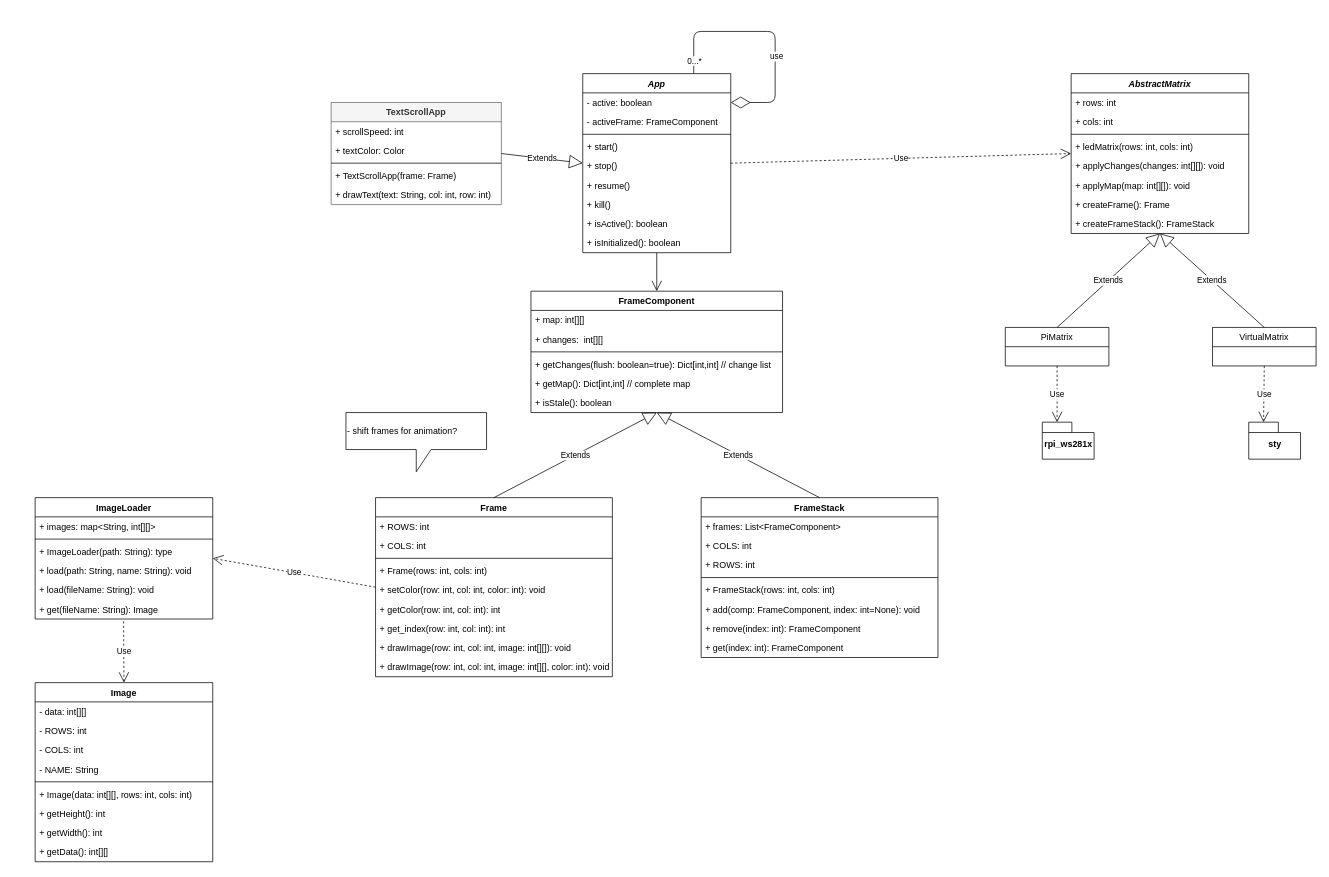
Above: sketches/class_diagram.drawio in Noperabovi/python_ledbox (draw.io), before the change. Source tidied: cells renumbered, new cells numbered last; positions are measured from the earlier drawing's top-left corner, leaving out a move shared by most shapes. Both pictures are drawn from the tidied source at 74%, with x=0, y=0 at pixel (35, 31).
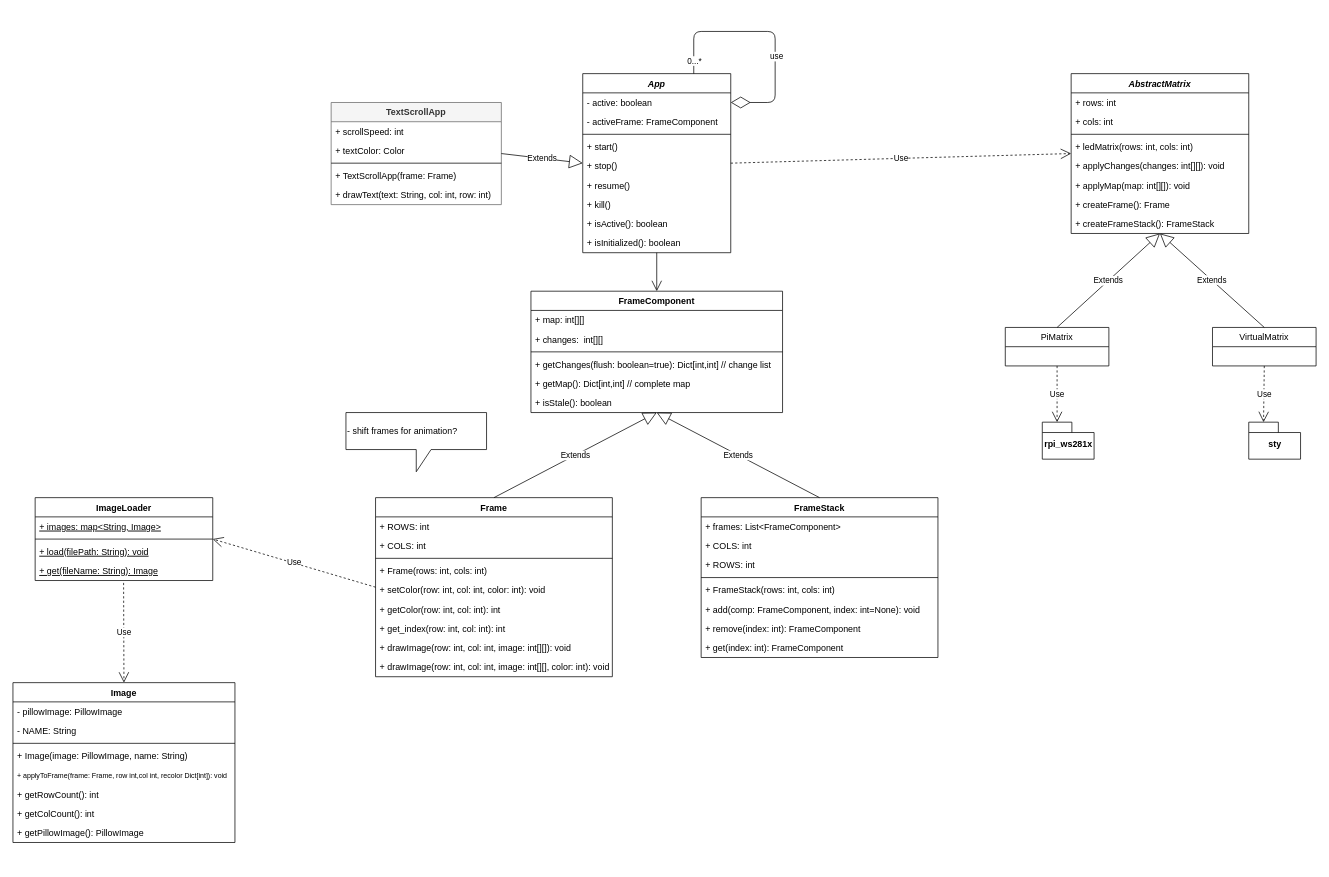
The same diagram, later.

The edit, as a diff of the source:
```diff
@@
     <mxCell id="61" value="ImageLoader" style="swimlane;fontStyle=1;align=center;verticalAlign=top;horizontal=1;startSize=26;" parent="1" vertex="1">
-      <mxGeometry y="630" width="240" height="164" as="geometry" />
+      <mxGeometry y="630" width="240" height="112" as="geometry" />
     </mxCell>
-    <mxCell id="62" value="+ images: map&lt;String, int[][]&gt;" style="text;strokeColor=none;fillColor=none;align=left;verticalAlign=top;spacingLeft=4;spacingRight=4;overflow=hidden;" parent="61" vertex="1">
+    <mxCell id="62" value="+ images: map&lt;String, Image&gt;" style="text;strokeColor=none;fillColor=none;align=left;verticalAlign=top;spacingLeft=4;spacingRight=4;overflow=hidden;fontStyle=4;" parent="61" vertex="1">
       <mxGeometry y="26" width="240" height="26" as="geometry" />
     </mxCell>
@@
-    <mxCell id="64" value="+ ImageLoader(path: String): type" style="text;strokeColor=none;fillColor=none;align=left;verticalAlign=top;spacingLeft=4;spacingRight=4;overflow=hidden;" parent="61" vertex="1">
-      <mxGeometry y="60" width="240" height="26" as="geometry" />
-    </mxCell>
-    <mxCell id="65" value="+ load(path: String, name: String): void" style="text;strokeColor=none;fillColor=none;align=left;verticalAlign=top;spacingLeft=4;spacingRight=4;overflow=hidden;fontStyle=0;" parent="61" vertex="1">
-      <mxGeometry y="86" width="240" height="26" as="geometry" />
+    <mxCell id="65" value="+ load(filePath: String): void" style="text;strokeColor=none;fillColor=none;align=left;verticalAlign=top;spacingLeft=4;spacingRight=4;overflow=hidden;fontStyle=4;" parent="61" vertex="1">
+      <mxGeometry y="60" width="240" height="26" as="geometry" />
     </mxCell>
-    <mxCell id="66" value="+ load(fileName: String): void" style="text;strokeColor=none;fillColor=none;align=left;verticalAlign=top;spacingLeft=4;spacingRight=4;overflow=hidden;fontStyle=0;" parent="61" vertex="1">
-      <mxGeometry y="112" width="240" height="26" as="geometry" />
-    </mxCell>
-    <mxCell id="67" value="+ get(fileName: String): Image" style="text;strokeColor=none;fillColor=none;align=left;verticalAlign=top;spacingLeft=4;spacingRight=4;overflow=hidden;points=[[0,0.5],[1,0.5]];portConstraint=eastwest;fontStyle=0;" parent="61" vertex="1">
-      <mxGeometry y="138" width="240" height="26" as="geometry" />
+    <mxCell id="67" value="+ get(fileName: String): Image" style="text;strokeColor=none;fillColor=none;align=left;verticalAlign=top;spacingLeft=4;spacingRight=4;overflow=hidden;points=[[0,0.5],[1,0.5]];portConstraint=eastwest;fontStyle=4;" parent="61" vertex="1">
+      <mxGeometry y="86" width="240" height="26" as="geometry" />
     </mxCell>
     <mxCell id="68" value="Image" style="swimlane;fontStyle=1;align=center;verticalAlign=top;horizontal=1;startSize=26;" parent="1" vertex="1">
-      <mxGeometry y="880" width="240" height="242" as="geometry" />
+      <mxGeometry x="-30" y="880" width="300" height="216" as="geometry" />
     </mxCell>
-    <mxCell id="69" value="- data: int[][]" style="text;strokeColor=none;fillColor=none;align=left;verticalAlign=top;spacingLeft=4;spacingRight=4;overflow=hidden;" parent="68" vertex="1">
-      <mxGeometry y="26" width="240" height="26" as="geometry" />
+    <mxCell id="69" value="- pillowImage: PillowImage" style="text;strokeColor=none;fillColor=none;align=left;verticalAlign=top;spacingLeft=4;spacingRight=4;overflow=hidden;" parent="68" vertex="1">
+      <mxGeometry y="26" width="300" height="26" as="geometry" />
     </mxCell>
-    <mxCell id="70" value="- ROWS: int&#10;" style="text;strokeColor=none;fillColor=none;align=left;verticalAlign=top;spacingLeft=4;spacingRight=4;overflow=hidden;" parent="68" vertex="1">
-      <mxGeometry y="52" width="240" height="26" as="geometry" />
-    </mxCell>
-    <mxCell id="71" value="- COLS: int&#10;" style="text;strokeColor=none;fillColor=none;align=left;verticalAlign=top;spacingLeft=4;spacingRight=4;overflow=hidden;" parent="68" vertex="1">
-      <mxGeometry y="78" width="240" height="26" as="geometry" />
-    </mxCell>
     <mxCell id="72" value="- NAME: String&#10;" style="text;strokeColor=none;fillColor=none;align=left;verticalAlign=top;spacingLeft=4;spacingRight=4;overflow=hidden;" parent="68" vertex="1">
-      <mxGeometry y="104" width="240" height="26" as="geometry" />
+      <mxGeometry y="52" width="300" height="26" as="geometry" />
     </mxCell>
     <mxCell id="73" style="line;strokeWidth=1;fillColor=none;align=left;verticalAlign=middle;spacingTop=-1;spacingLeft=3;spacingRight=3;labelPosition=right;" parent="68" vertex="1">
-      <mxGeometry y="130" width="240" height="8" as="geometry" />
+      <mxGeometry y="78" width="300" height="8" as="geometry" />
     </mxCell>
-    <mxCell id="74" value="+ Image(data: int[][], rows: int, cols: int)" style="text;strokeColor=none;fillColor=none;align=left;verticalAlign=top;spacingLeft=4;spacingRight=4;overflow=hidden;" parent="68" vertex="1">
-      <mxGeometry y="138" width="240" height="26" as="geometry" />
+    <mxCell id="74" value="+ Image(image: PillowImage, name: String)" style="text;strokeColor=none;fillColor=none;align=left;verticalAlign=top;spacingLeft=4;spacingRight=4;overflow=hidden;" parent="68" vertex="1">
+      <mxGeometry y="86" width="300" height="26" as="geometry" />
     </mxCell>
+    <mxCell id="89" value="+ applyToFrame(frame: Frame, row int,col int, recolor Dict[int]): void" style="text;strokeColor=none;fillColor=none;align=left;verticalAlign=middle;spacingLeft=4;spacingRight=4;overflow=hidden;fontSize=9.5;" parent="68" vertex="1">
+      <mxGeometry y="112" width="300" height="26" as="geometry" />
+    </mxCell>
-    <mxCell id="75" value="+ getHeight(): int" style="text;strokeColor=none;fillColor=none;align=left;verticalAlign=top;spacingLeft=4;spacingRight=4;overflow=hidden;fontStyle=0;" parent="68" vertex="1">
-      <mxGeometry y="164" width="240" height="26" as="geometry" />
+    <mxCell id="75" value="+ getRowCount(): int" style="text;strokeColor=none;fillColor=none;align=left;verticalAlign=top;spacingLeft=4;spacingRight=4;overflow=hidden;fontStyle=0;" parent="68" vertex="1">
+      <mxGeometry y="138" width="300" height="26" as="geometry" />
     </mxCell>
-    <mxCell id="76" value="+ getWidth(): int" style="text;strokeColor=none;fillColor=none;align=left;verticalAlign=top;spacingLeft=4;spacingRight=4;overflow=hidden;fontStyle=0;" parent="68" vertex="1">
-      <mxGeometry y="190" width="240" height="26" as="geometry" />
+    <mxCell id="76" value="+ getColCount(): int" style="text;strokeColor=none;fillColor=none;align=left;verticalAlign=top;spacingLeft=4;spacingRight=4;overflow=hidden;fontStyle=0;" parent="68" vertex="1">
+      <mxGeometry y="164" width="300" height="26" as="geometry" />
     </mxCell>
-    <mxCell id="77" value="+ getData(): int[][]" style="text;strokeColor=none;fillColor=none;align=left;verticalAlign=top;spacingLeft=4;spacingRight=4;overflow=hidden;fontStyle=0;" parent="68" vertex="1">
-      <mxGeometry y="216" width="240" height="26" as="geometry" />
-    </mxCell>
+    <mxCell id="90" value="+ getPillowImage(): PillowImage" style="text;strokeColor=none;fillColor=none;align=left;verticalAlign=top;spacingLeft=4;spacingRight=4;overflow=hidden;fontStyle=0;" parent="68" vertex="1">
+      <mxGeometry y="190" width="300" height="26" as="geometry" />
+    </mxCell>
```
